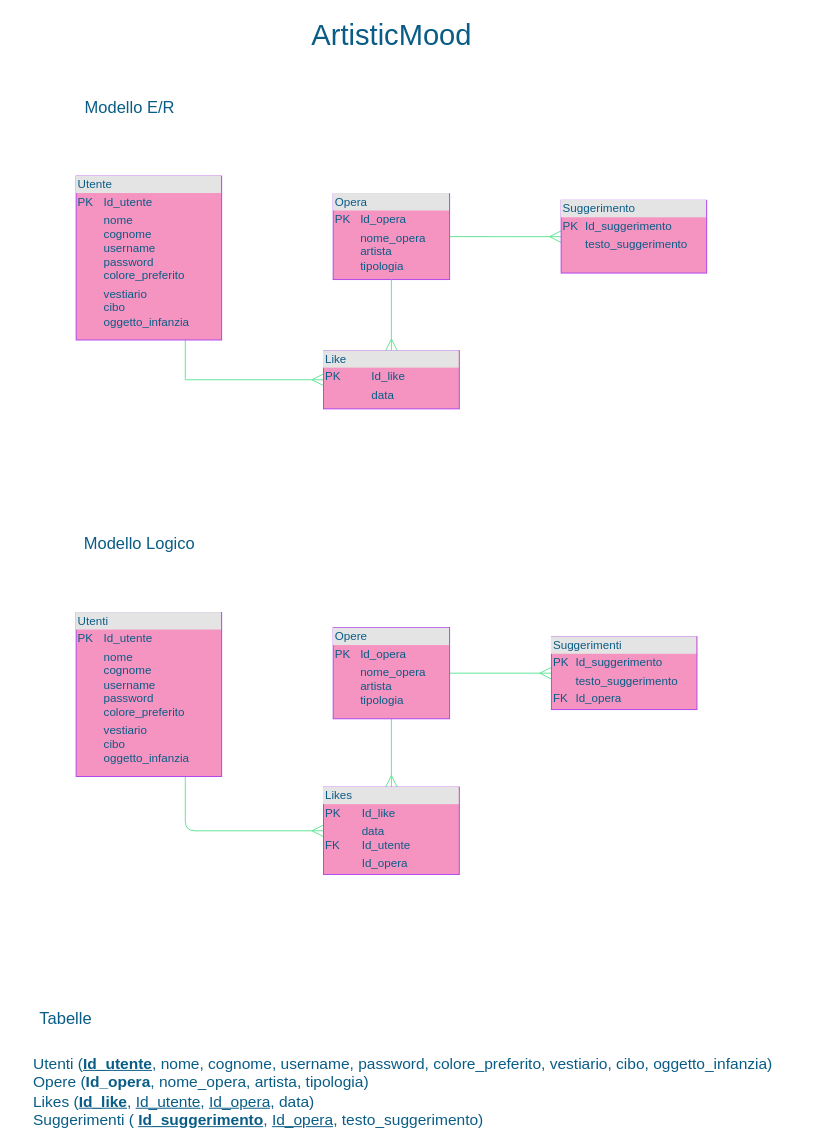
ChiaraGismondi02/ArtisticMood keeps this draw.io diagram as ArtisticMood.drawio. Above is the earlier version. Source tidied: cells renumbered, new cells numbered last; positions are measured from the earlier drawing's top-left corner, leaving out a move shared by most shapes. Both pictures are drawn from the tidied source at 97%, with x=0, y=0 at pixel (31, 19).
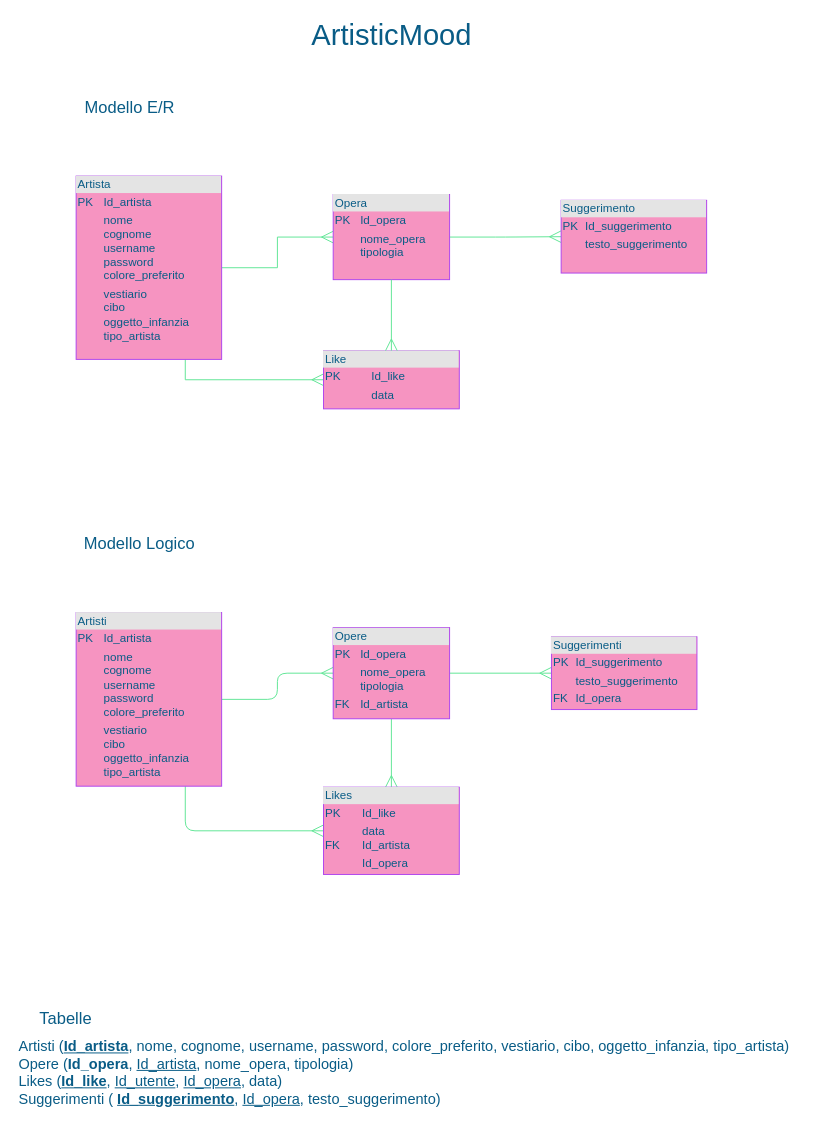
The same diagram, later.

Diff of the diagram source:
```diff
@@
+    <mxCell id="21" style="edgeStyle=orthogonalEdgeStyle;rounded=0;jettySize=auto;html=1;exitX=1;exitY=0.5;exitDx=0;exitDy=0;entryX=0;entryY=0.5;entryDx=0;entryDy=0;endArrow=ERmany;endFill=0;strokeWidth=1;endSize=10;strokeColor=#60E696;fontColor=#095C86;" parent="1" edge="1" source="3" target="5">
+      <mxGeometry relative="1" as="geometry" />
+    </mxCell>
-    <mxCell id="3" value="&lt;div style=&quot;box-sizing: border-box ; width: 100% ; background: #e4e4e4 ; padding: 2px&quot;&gt;Utente&lt;/div&gt;&lt;table style=&quot;width: 100% ; font-size: 1em&quot; cellpadding=&quot;2&quot; cellspacing=&quot;0&quot;&gt;&lt;tbody&gt;&lt;tr&gt;&lt;td&gt;PK&lt;/td&gt;&lt;td&gt;Id_utente&lt;br&gt;&lt;/td&gt;&lt;/tr&gt;&lt;tr&gt;&lt;td&gt;&lt;br&gt;&lt;/td&gt;&lt;td&gt;nome&lt;br&gt;cognome&lt;br&gt;username&lt;br&gt;password&lt;br&gt;colore_preferito&lt;/td&gt;&lt;/tr&gt;&lt;tr&gt;&lt;td&gt;&lt;/td&gt;&lt;td&gt;vestiario&lt;br&gt;cibo&lt;br&gt;oggetto_infanzia&lt;br&gt;&lt;/td&gt;&lt;/tr&gt;&lt;/tbody&gt;&lt;/table&gt;" style="verticalAlign=top;align=left;overflow=fill;html=1;fillColor=#F694C1;strokeColor=#AF45ED;fontColor=#095C86;" parent="1" vertex="1">
-      <mxGeometry x="46" y="161" width="150" height="169" as="geometry" />
+    <mxCell id="3" value="&lt;div style=&quot;box-sizing: border-box ; width: 100% ; background: #e4e4e4 ; padding: 2px&quot;&gt;Artista&lt;/div&gt;&lt;table style=&quot;width: 100% ; font-size: 1em&quot; cellpadding=&quot;2&quot; cellspacing=&quot;0&quot;&gt;&lt;tbody&gt;&lt;tr&gt;&lt;td&gt;PK&lt;/td&gt;&lt;td&gt;Id_artista&lt;br&gt;&lt;/td&gt;&lt;/tr&gt;&lt;tr&gt;&lt;td&gt;&lt;br&gt;&lt;/td&gt;&lt;td&gt;nome&lt;br&gt;cognome&lt;br&gt;username&lt;br&gt;password&lt;br&gt;colore_preferito&lt;/td&gt;&lt;/tr&gt;&lt;tr&gt;&lt;td&gt;&lt;/td&gt;&lt;td&gt;vestiario&lt;br&gt;cibo&lt;br&gt;oggetto_infanzia&lt;br&gt;tipo_artista&lt;/td&gt;&lt;/tr&gt;&lt;/tbody&gt;&lt;/table&gt;" style="verticalAlign=top;align=left;overflow=fill;html=1;fillColor=#F694C1;strokeColor=#AF45ED;fontColor=#095C86;" parent="1" vertex="1">
+      <mxGeometry x="46" y="161" width="150" height="189" as="geometry" />
     </mxCell>
@@
-    <mxCell id="5" value="&lt;div style=&quot;box-sizing: border-box ; width: 100% ; background: #e4e4e4 ; padding: 2px&quot;&gt;Opera&lt;/div&gt;&lt;table style=&quot;width: 100% ; font-size: 1em&quot; cellpadding=&quot;2&quot; cellspacing=&quot;0&quot;&gt;&lt;tbody&gt;&lt;tr&gt;&lt;td&gt;PK&lt;/td&gt;&lt;td&gt;Id_opera&lt;br&gt;&lt;/td&gt;&lt;/tr&gt;&lt;tr&gt;&lt;td&gt;&lt;br&gt;&lt;/td&gt;&lt;td&gt;nome_opera&lt;br&gt;artista&lt;br&gt;tipologia&lt;/td&gt;&lt;/tr&gt;&lt;tr&gt;&lt;td&gt;&lt;/td&gt;&lt;td&gt;&lt;br&gt;&lt;/td&gt;&lt;/tr&gt;&lt;/tbody&gt;&lt;/table&gt;" style="verticalAlign=top;align=left;overflow=fill;html=1;fillColor=#F694C1;strokeColor=#AF45ED;fontColor=#095C86;" parent="1" vertex="1">
-      <mxGeometry x="311" y="179.2" width="120" height="88.5" as="geometry" />
+    <mxCell id="5" value="&lt;div style=&quot;box-sizing: border-box ; width: 100% ; background: #e4e4e4 ; padding: 2px&quot;&gt;Opera&lt;/div&gt;&lt;table style=&quot;width: 100% ; font-size: 1em&quot; cellpadding=&quot;2&quot; cellspacing=&quot;0&quot;&gt;&lt;tbody&gt;&lt;tr&gt;&lt;td&gt;PK&lt;/td&gt;&lt;td&gt;Id_opera&lt;br&gt;&lt;/td&gt;&lt;/tr&gt;&lt;tr&gt;&lt;td&gt;&lt;br&gt;&lt;br&gt;&lt;/td&gt;&lt;td&gt;nome_opera&lt;br&gt;tipologia&lt;br&gt;&lt;br&gt;&lt;/td&gt;&lt;/tr&gt;&lt;tr&gt;&lt;td&gt;&lt;/td&gt;&lt;td&gt;&lt;br&gt;&lt;/td&gt;&lt;/tr&gt;&lt;/tbody&gt;&lt;/table&gt;" style="verticalAlign=top;align=left;overflow=fill;html=1;fillColor=#F694C1;strokeColor=#AF45ED;fontColor=#095C86;" parent="1" vertex="1">
+      <mxGeometry x="311" y="180" width="120" height="87.8" as="geometry" />
     </mxCell>
@@
+    <mxCell id="22" style="edgeStyle=orthogonalEdgeStyle;curved=0;rounded=1;sketch=0;jettySize=auto;html=1;exitX=1;exitY=0.5;exitDx=0;exitDy=0;entryX=0;entryY=0.5;entryDx=0;entryDy=0;fontColor=#095C86;strokeColor=#60E696;fillColor=#F694C1;endArrow=ERmany;endFill=0;endSize=10;" parent="1" edge="1" source="12" target="15">
+      <mxGeometry relative="1" as="geometry" />
+    </mxCell>
-    <mxCell id="12" value="&lt;div style=&quot;box-sizing: border-box ; width: 100% ; background: #e4e4e4 ; padding: 2px&quot;&gt;Utenti&lt;/div&gt;&lt;table style=&quot;width: 100% ; font-size: 1em&quot; cellpadding=&quot;2&quot; cellspacing=&quot;0&quot;&gt;&lt;tbody&gt;&lt;tr&gt;&lt;td&gt;PK&lt;/td&gt;&lt;td&gt;Id_utente&lt;br&gt;&lt;/td&gt;&lt;/tr&gt;&lt;tr&gt;&lt;td&gt;&lt;br&gt;&lt;/td&gt;&lt;td&gt;nome&lt;br&gt;cognome&lt;br&gt;username&lt;br&gt;password&lt;br&gt;colore_preferito&lt;/td&gt;&lt;/tr&gt;&lt;tr&gt;&lt;td&gt;&lt;/td&gt;&lt;td&gt;vestiario&lt;br&gt;cibo&lt;br&gt;oggetto_infanzia&lt;br&gt;&lt;/td&gt;&lt;/tr&gt;&lt;/tbody&gt;&lt;/table&gt;" style="verticalAlign=top;align=left;overflow=fill;html=1;fillColor=#F694C1;strokeColor=#AF45ED;fontColor=#095C86;" parent="1" vertex="1">
-      <mxGeometry x="46" y="611" width="150" height="169" as="geometry" />
+    <mxCell id="12" value="&lt;div style=&quot;box-sizing: border-box ; width: 100% ; background: #e4e4e4 ; padding: 2px&quot;&gt;Artisti&lt;/div&gt;&lt;table style=&quot;width: 100% ; font-size: 1em&quot; cellpadding=&quot;2&quot; cellspacing=&quot;0&quot;&gt;&lt;tbody&gt;&lt;tr&gt;&lt;td&gt;PK&lt;/td&gt;&lt;td&gt;Id_artista&lt;br&gt;&lt;/td&gt;&lt;/tr&gt;&lt;tr&gt;&lt;td&gt;&lt;br&gt;&lt;/td&gt;&lt;td&gt;nome&lt;br&gt;cognome&lt;br&gt;username&lt;br&gt;password&lt;br&gt;colore_preferito&lt;/td&gt;&lt;/tr&gt;&lt;tr&gt;&lt;td&gt;&lt;/td&gt;&lt;td&gt;vestiario&lt;br&gt;cibo&lt;br&gt;oggetto_infanzia&lt;br&gt;tipo_artista&lt;/td&gt;&lt;/tr&gt;&lt;/tbody&gt;&lt;/table&gt;" style="verticalAlign=top;align=left;overflow=fill;html=1;fillColor=#F694C1;strokeColor=#AF45ED;fontColor=#095C86;" parent="1" vertex="1">
+      <mxGeometry x="46" y="611" width="150" height="179" as="geometry" />
     </mxCell>
@@
-    <mxCell id="15" value="&lt;div style=&quot;box-sizing: border-box ; width: 100% ; background: #e4e4e4 ; padding: 2px&quot;&gt;Opere&lt;/div&gt;&lt;table style=&quot;width: 100% ; font-size: 1em&quot; cellpadding=&quot;2&quot; cellspacing=&quot;0&quot;&gt;&lt;tbody&gt;&lt;tr&gt;&lt;td&gt;PK&lt;/td&gt;&lt;td&gt;Id_opera&lt;/td&gt;&lt;/tr&gt;&lt;tr&gt;&lt;td&gt;&lt;br&gt;&lt;/td&gt;&lt;td&gt;nome_opera&lt;br&gt;artista&lt;br&gt;tipologia&lt;/td&gt;&lt;/tr&gt;&lt;tr&gt;&lt;td&gt;&lt;br&gt;&lt;/td&gt;&lt;td&gt;&lt;br&gt;&lt;/td&gt;&lt;/tr&gt;&lt;/tbody&gt;&lt;/table&gt;" style="verticalAlign=top;align=left;overflow=fill;html=1;fillColor=#F694C1;strokeColor=#AF45ED;fontColor=#095C86;" parent="1" vertex="1">
+    <mxCell id="15" value="&lt;div style=&quot;box-sizing: border-box ; width: 100% ; background: #e4e4e4 ; padding: 2px&quot;&gt;Opere&lt;/div&gt;&lt;table style=&quot;width: 100% ; font-size: 1em&quot; cellpadding=&quot;2&quot; cellspacing=&quot;0&quot;&gt;&lt;tbody&gt;&lt;tr&gt;&lt;td&gt;PK&lt;/td&gt;&lt;td&gt;Id_opera&lt;/td&gt;&lt;/tr&gt;&lt;tr&gt;&lt;td&gt;&lt;br&gt;&lt;/td&gt;&lt;td&gt;nome_opera&lt;br&gt;tipologia&lt;/td&gt;&lt;/tr&gt;&lt;tr&gt;&lt;td&gt;FK&lt;/td&gt;&lt;td&gt;Id_artista&lt;/td&gt;&lt;/tr&gt;&lt;/tbody&gt;&lt;/table&gt;" style="verticalAlign=top;align=left;overflow=fill;html=1;fillColor=#F694C1;strokeColor=#AF45ED;fontColor=#095C86;" parent="1" vertex="1">
       <mxGeometry x="311" y="626.5" width="120" height="94" as="geometry" />
     </mxCell>
-    <mxCell id="16" value="&lt;div style=&quot;box-sizing: border-box ; width: 100% ; background: #e4e4e4 ; padding: 2px&quot;&gt;Likes&lt;/div&gt;&lt;table style=&quot;width: 100% ; font-size: 1em&quot; cellpadding=&quot;2&quot; cellspacing=&quot;0&quot;&gt;&lt;tbody&gt;&lt;tr&gt;&lt;td&gt;PK&lt;/td&gt;&lt;td&gt;Id_like&lt;/td&gt;&lt;/tr&gt;&lt;tr&gt;&lt;td&gt;&lt;br&gt;FK&lt;/td&gt;&lt;td&gt;data&lt;br&gt;Id_utente&lt;/td&gt;&lt;/tr&gt;&lt;tr&gt;&lt;td&gt;&lt;/td&gt;&lt;td&gt;Id_opera&lt;/td&gt;&lt;/tr&gt;&lt;/tbody&gt;&lt;/table&gt;" style="verticalAlign=top;align=left;overflow=fill;html=1;fillColor=#F694C1;strokeColor=#AF45ED;fontColor=#095C86;" parent="1" vertex="1">
+    <mxCell id="16" value="&lt;div style=&quot;box-sizing: border-box ; width: 100% ; background: #e4e4e4 ; padding: 2px&quot;&gt;Likes&lt;/div&gt;&lt;table style=&quot;width: 100% ; font-size: 1em&quot; cellpadding=&quot;2&quot; cellspacing=&quot;0&quot;&gt;&lt;tbody&gt;&lt;tr&gt;&lt;td&gt;PK&lt;/td&gt;&lt;td&gt;Id_like&lt;/td&gt;&lt;/tr&gt;&lt;tr&gt;&lt;td&gt;&lt;br&gt;FK&lt;/td&gt;&lt;td&gt;data&lt;br&gt;Id_artista&lt;/td&gt;&lt;/tr&gt;&lt;tr&gt;&lt;td&gt;&lt;/td&gt;&lt;td&gt;Id_opera&lt;/td&gt;&lt;/tr&gt;&lt;/tbody&gt;&lt;/table&gt;" style="verticalAlign=top;align=left;overflow=fill;html=1;fillColor=#F694C1;strokeColor=#AF45ED;fontColor=#095C86;" parent="1" vertex="1">
       <mxGeometry x="301" y="791" width="140" height="90" as="geometry" />
     </mxCell>
@@
-    <mxCell id="18" value="&lt;font style=&quot;font-size: 16px&quot;&gt;Utenti (&lt;u&gt;&lt;b&gt;Id_utente&lt;/b&gt;&lt;/u&gt;, nome, cognome, username, password, colore_preferito, vestiario, cibo, oggetto_infanzia)&lt;br&gt;Opere (&lt;b&gt;Id_opera&lt;/b&gt;, nome_opera, artista, tipologia)&lt;br&gt;Likes (&lt;u&gt;&lt;b&gt;Id_like&lt;/b&gt;&lt;/u&gt;, &lt;u&gt;Id_utente&lt;/u&gt;, &lt;u&gt;Id_opera,&lt;/u&gt; data)&lt;br&gt;Suggerimenti ( &lt;u&gt;&lt;b&gt;Id_suggerimento&lt;/b&gt;&lt;/u&gt;, &lt;u&gt;Id_opera&lt;/u&gt;, testo_suggerimento)&lt;/font&gt;" style="text;html=1;align=left;verticalAlign=middle;fillColor=none;strokeColor=none;rounded=0;sketch=0;fontColor=#095C86;" parent="1" vertex="1">
-      <mxGeometry y="1070" width="780" height="70" as="geometry" />
+    <mxCell id="18" value="&lt;font style=&quot;font-size: 15px&quot;&gt;Artisti (&lt;u&gt;&lt;b&gt;Id_artista&lt;/b&gt;&lt;/u&gt;, nome, cognome, username, password, colore_preferito, vestiario, cibo, oggetto_infanzia, tipo_artista)&lt;br&gt;Opere (&lt;b&gt;Id_opera&lt;/b&gt;, &lt;u&gt;Id_artista&lt;/u&gt;, nome_opera, tipologia)&lt;br&gt;Likes (&lt;u&gt;&lt;b&gt;Id_like&lt;/b&gt;&lt;/u&gt;, &lt;u&gt;Id_utente&lt;/u&gt;, &lt;u&gt;Id_opera,&lt;/u&gt; data)&lt;br&gt;Suggerimenti ( &lt;u&gt;&lt;b&gt;Id_suggerimento&lt;/b&gt;&lt;/u&gt;, &lt;u&gt;Id_opera&lt;/u&gt;, testo_suggerimento)&lt;/font&gt;" style="text;html=1;align=left;verticalAlign=middle;fillColor=none;strokeColor=none;rounded=0;sketch=0;fontColor=#095C86;" parent="1" vertex="1">
+      <mxGeometry x="-15" y="1050" width="810" height="70" as="geometry" />
     </mxCell>
```
